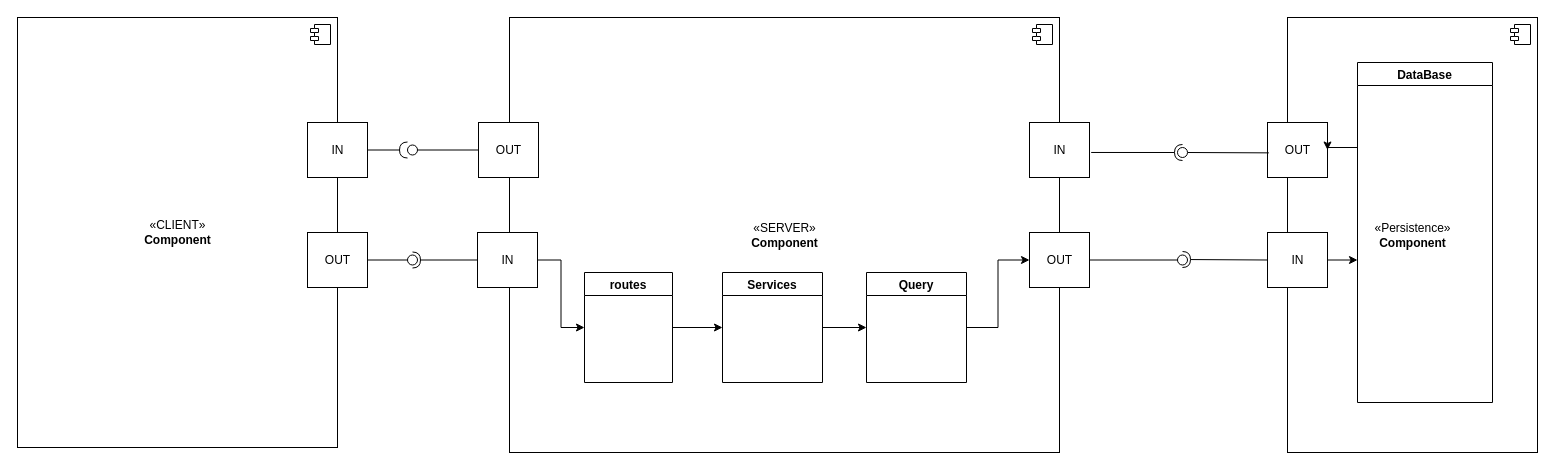
Above: Server/architecture/component.drawio in Juan-Avila92/SPL-Indicator (draw.io), before the change. Source tidied: cells renumbered, new cells numbered last; positions are measured from the earlier drawing's top-left corner, leaving out a move shared by most shapes. Both pictures are drawn from the tidied source at 100%, with x=0, y=0 at pixel (17, 17).
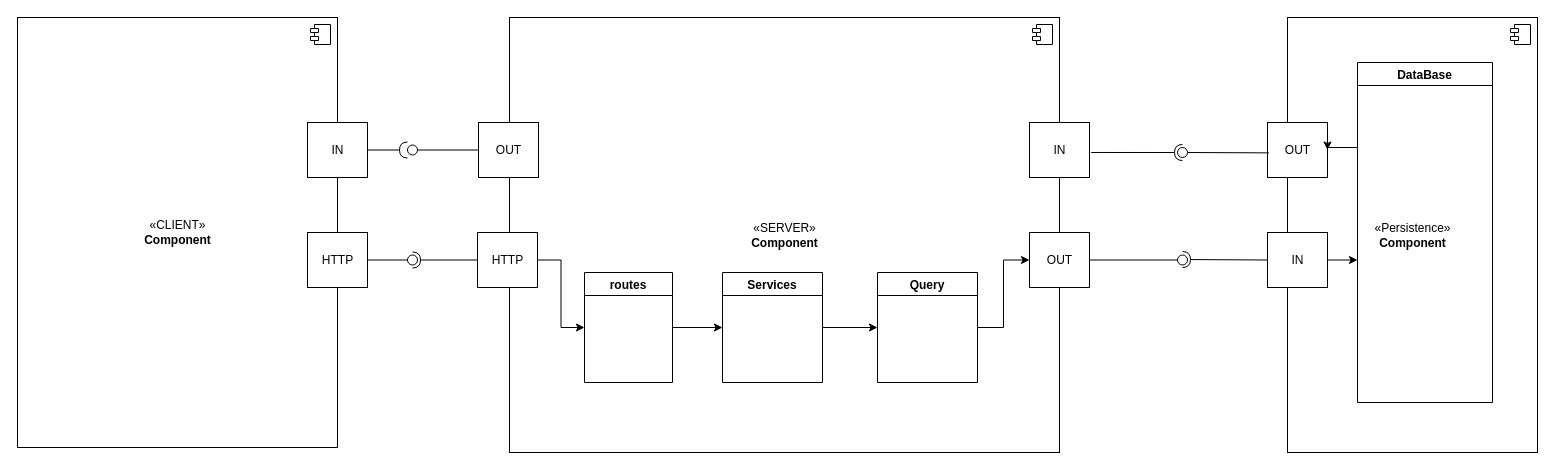
Above is the later version.

Commit message (it also covers changes not shown here):
updated services and grafics

The edit, as a diff of the source:
```diff
@@
     <mxCell id="9" value="Query" style="swimlane;startSize=23;" parent="1" vertex="1">
-      <mxGeometry x="849" y="255" width="100" height="110" as="geometry" />
+      <mxGeometry x="860" y="255" width="100" height="110" as="geometry" />
     </mxCell>
@@
-    <mxCell id="21" value="IN" style="html=1;" parent="1" vertex="1">
+    <mxCell id="21" value="HTTP" style="html=1;" parent="1" vertex="1">
       <mxGeometry x="460" y="215" width="60" height="55" as="geometry" />
     </mxCell>
@@
-    <mxCell id="30" value="OUT" style="html=1;" parent="1" vertex="1">
+    <mxCell id="30" value="HTTP" style="html=1;" parent="1" vertex="1">
       <mxGeometry x="290" y="215" width="60" height="55" as="geometry" />
     </mxCell>
```
